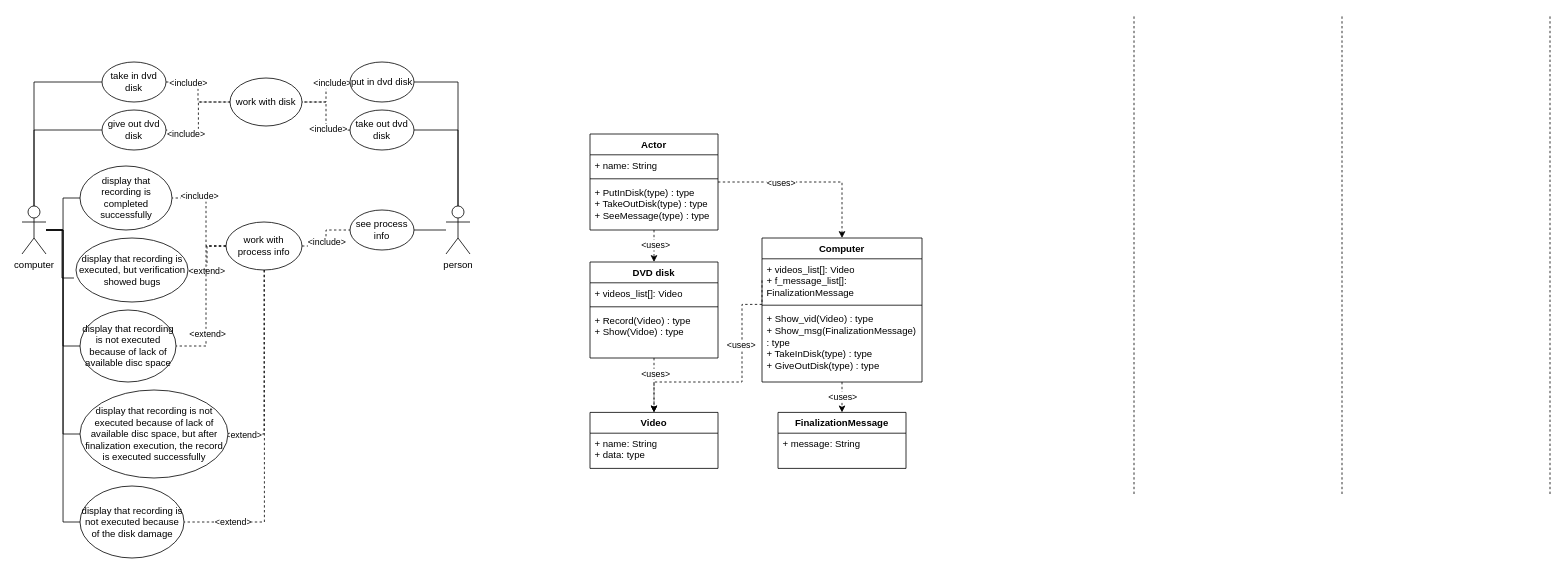
Before: Untitled Diagram.drawio in peerpressurre/diagrams, a draw.io diagram. Source tidied: cells renumbered, new cells numbered last; positions are measured from the earlier drawing's top-left corner, leaving out a move shared by most shapes. Both pictures are drawn from the tidied source at 80%, with x=0, y=0 at pixel (22, 14).
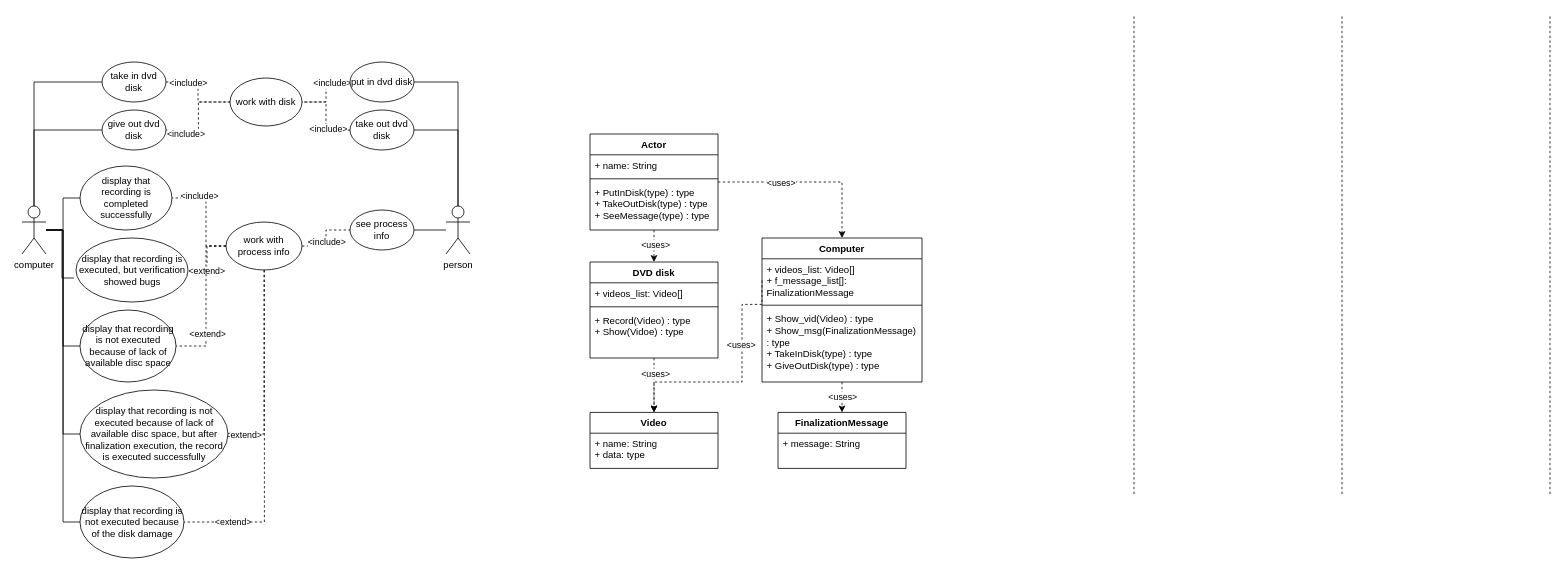
After the change.

The change refers to these unchanged cells:
```xml
<mxCell id="48" value="DVD disk" style="swimlane;fontStyle=1;align=center;verticalAlign=top;horizontal=1;startSize=26;whiteSpace=wrap;html=1;" parent="1" vertex="1">
  <mxGeometry x="710" y="310" width="160" height="120" as="geometry" />
</mxCell>
<mxCell id="58" value="Computer" style="swimlane;fontStyle=1;align=center;verticalAlign=top;horizontal=1;startSize=26;whiteSpace=wrap;html=1;" parent="1" vertex="1">
  <mxGeometry x="925" y="280" width="200" height="180" as="geometry" />
</mxCell>
```

Diff of the diagram source:
```diff
@@
-    <mxCell id="49" value="+ videos_list[]: Video" style="text;strokeColor=none;fillColor=none;align=left;verticalAlign=top;spacingLeft=4;spacingRight=4;overflow=hidden;whiteSpace=wrap;html=1;" parent="48" vertex="1">
+    <mxCell id="49" value="+ videos_list: Video[]" style="text;strokeColor=none;fillColor=none;align=left;verticalAlign=top;spacingLeft=4;spacingRight=4;overflow=hidden;whiteSpace=wrap;html=1;" parent="48" vertex="1">
       <mxGeometry y="26" width="160" height="26" as="geometry" />
     </mxCell>
@@
-    <mxCell id="59" value="+ videos_list[]: Video&lt;br&gt;+ f_message_list[]:&amp;nbsp;&lt;br&gt;FinalizationMessage" style="text;strokeColor=none;fillColor=none;align=left;verticalAlign=top;spacingLeft=4;spacingRight=4;overflow=hidden;points=[[0,0.5],[1,0.5]];portConstraint=eastwest;whiteSpace=wrap;html=1;" parent="58" vertex="1">
+    <mxCell id="59" value="+ videos_list: Video[]&lt;br&gt;+ f_message_list[]:&amp;nbsp;&lt;br&gt;FinalizationMessage" style="text;strokeColor=none;fillColor=none;align=left;verticalAlign=top;spacingLeft=4;spacingRight=4;overflow=hidden;points=[[0,0.5],[1,0.5]];portConstraint=eastwest;whiteSpace=wrap;html=1;" parent="58" vertex="1">
       <mxGeometry y="26" width="200" height="54" as="geometry" />
     </mxCell>
```
